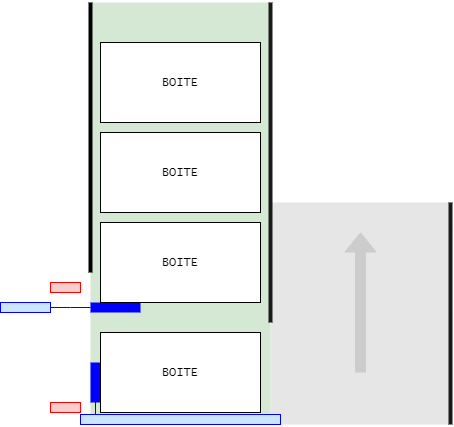
The draw.io diagram installation-cv.drawio.png in joriszuretti/esirem, before a commit. Source tidied: cells renumbered, new cells last; positions are measured from the earlier drawing's top-left corner, leaving out a move shared by most shapes.
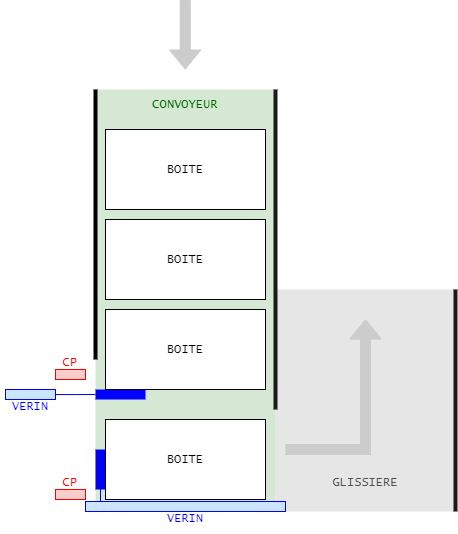
Above is the later version.

Commit message:
Mettre à jour installation-cv.drawio.png

The edit, as a diff of the source:
```diff
@@ -52,9 +52,15 @@
         <mxPoint x="450" y="200" as="targetPoint" />
       </mxGeometry>
     </mxCell>
-    <mxCell id="16" style="endArrow=classic;html=1;rounded=0;exitX=0.5;exitY=0.766;exitDx=0;exitDy=0;exitPerimeter=0;strokeColor=#CCCCCC;shape=flexArrow;fillColor=#CCCCCC;" parent="1" edge="1" source="2">
+    <mxCell id="16" style="endArrow=classic;html=1;rounded=0;strokeColor=#CCCCCC;shape=flexArrow;fillColor=#CCCCCC;" parent="1" edge="1">
       <mxGeometry relative="1" as="geometry">
+        <mxPoint x="280" y="360" as="sourcePoint" />
         <mxPoint x="360" y="230" as="targetPoint" />
+        <Array as="points">
+          <mxPoint x="380" y="360" />
+          <mxPoint x="280" y="360" />
+          <mxPoint x="360" y="360" />
+        </Array>
       </mxGeometry>
     </mxCell>
     <mxCell id="17" style="rounded=0;whiteSpace=wrap;html=1;fillColor=#0000FF;strokeColor=none;fillStyle=auto;gradientColor=none;perimeterSpacing=8;" parent="1" vertex="1">
@@ -69,5 +75,29 @@
         <mxPoint x="95" y="412" as="targetPoint" />
       </mxGeometry>
     </mxCell>
+    <mxCell id="20" style="endArrow=classic;html=1;rounded=0;exitX=0.5;exitY=0.766;exitDx=0;exitDy=0;exitPerimeter=0;strokeColor=#CCCCCC;shape=flexArrow;fillColor=#CCCCCC;" parent="1" edge="1">
+      <mxGeometry relative="1" as="geometry">
+        <mxPoint x="179.7" y="-90" as="sourcePoint" />
+        <mxPoint x="179.7" y="-20" as="targetPoint" />
+      </mxGeometry>
+    </mxCell>
+    <mxCell id="21" value="&lt;font face=&quot;Lucida Console&quot;&gt;CP&lt;/font&gt;" style="text;html=1;strokeColor=none;fillColor=none;align=center;verticalAlign=middle;whiteSpace=wrap;rounded=0;fontColor=#FF0000;" parent="1" vertex="1">
+      <mxGeometry x="35" y="258" width="60" height="30" as="geometry" />
+    </mxCell>
+    <mxCell id="22" value="&lt;font face=&quot;Lucida Console&quot;&gt;CP&lt;/font&gt;" style="text;html=1;strokeColor=none;fillColor=none;align=center;verticalAlign=middle;whiteSpace=wrap;rounded=0;fontColor=#FF0000;" parent="1" vertex="1">
+      <mxGeometry x="35" y="378" width="60" height="30" as="geometry" />
+    </mxCell>
+    <mxCell id="23" value="&lt;font face=&quot;Lucida Console&quot;&gt;VERIN&lt;/font&gt;" style="text;html=1;strokeColor=none;fillColor=none;align=center;verticalAlign=middle;whiteSpace=wrap;rounded=0;fontColor=#0000FF;" parent="1" vertex="1">
+      <mxGeometry x="150" y="414" width="60" height="30" as="geometry" />
+    </mxCell>
+    <mxCell id="24" value="&lt;font face=&quot;Lucida Console&quot;&gt;VERIN&lt;/font&gt;" style="text;html=1;strokeColor=none;fillColor=none;align=center;verticalAlign=middle;whiteSpace=wrap;rounded=0;fontColor=#0000FF;" parent="1" vertex="1">
+      <mxGeometry x="-5" y="302" width="60" height="30" as="geometry" />
+    </mxCell>
+    <mxCell id="25" value="&lt;font face=&quot;Lucida Console&quot;&gt;CONVOYEUR&lt;/font&gt;" style="text;html=1;strokeColor=none;fillColor=none;align=center;verticalAlign=middle;whiteSpace=wrap;rounded=0;fontColor=#006600;" parent="1" vertex="1">
+      <mxGeometry x="150" width="60" height="30" as="geometry" />
+    </mxCell>
+    <mxCell id="26" value="&lt;font color=&quot;#4d4d4d&quot; face=&quot;Lucida Console&quot;&gt;GLISSIERE&lt;/font&gt;" style="text;html=1;strokeColor=none;fillColor=none;align=center;verticalAlign=middle;whiteSpace=wrap;rounded=0;fontColor=#006600;" parent="1" vertex="1">
+      <mxGeometry x="330" y="378" width="60" height="30" as="geometry" />
+    </mxCell>
   </root>
 </mxGraphModel>
```
